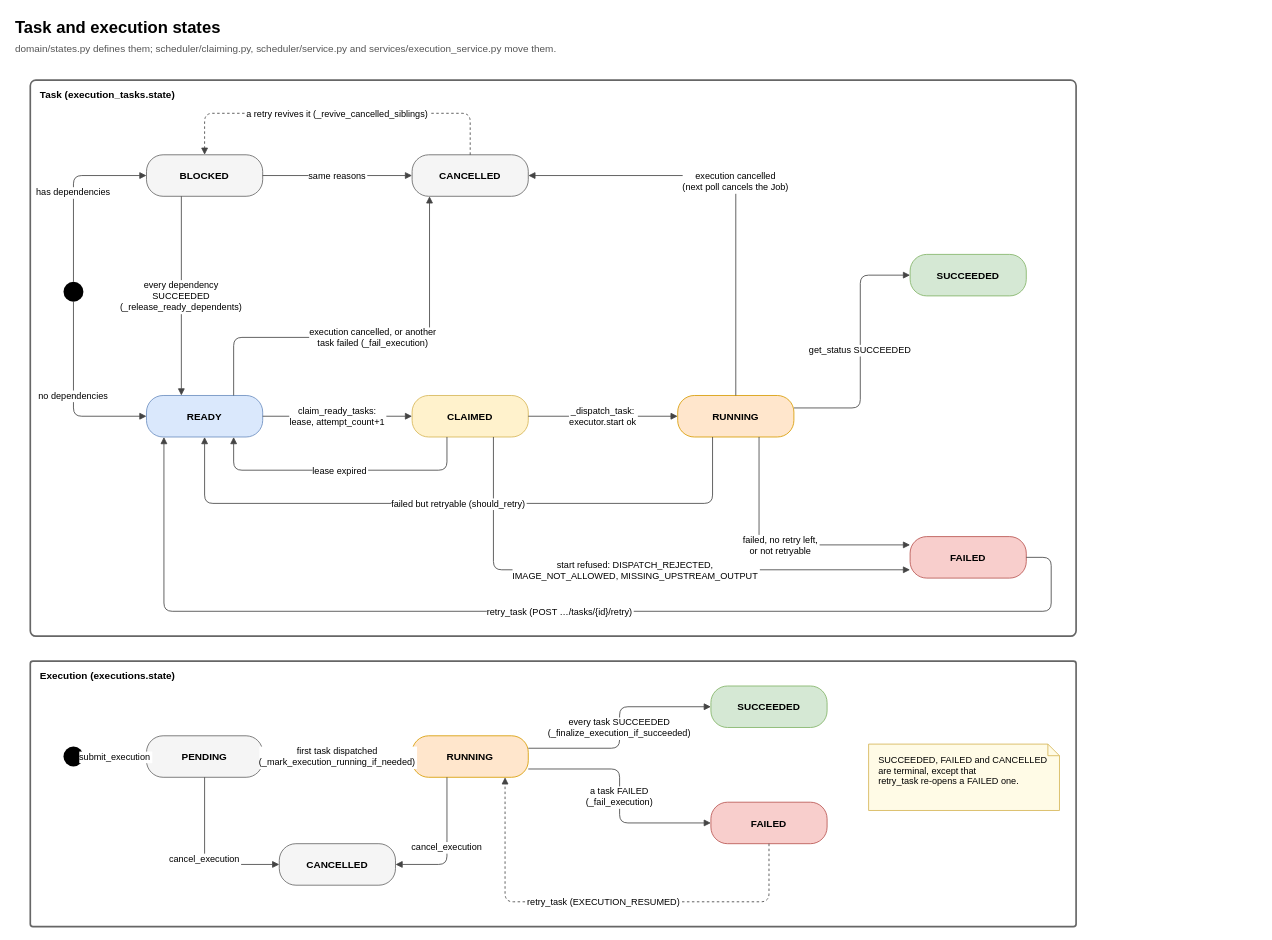
Earlier version of the draw.io diagram page "5 · States" (5 of 5) of docs/architecture/acyclix.drawio (rburns629/vertra). Source tidied: cells renumbered, new cells numbered last; positions are measured from the earlier drawing's top-left corner, leaving out a move shared by most shapes. Both pictures are drawn from the tidied source at 83%, with x=0, y=0 at pixel (13, 13).
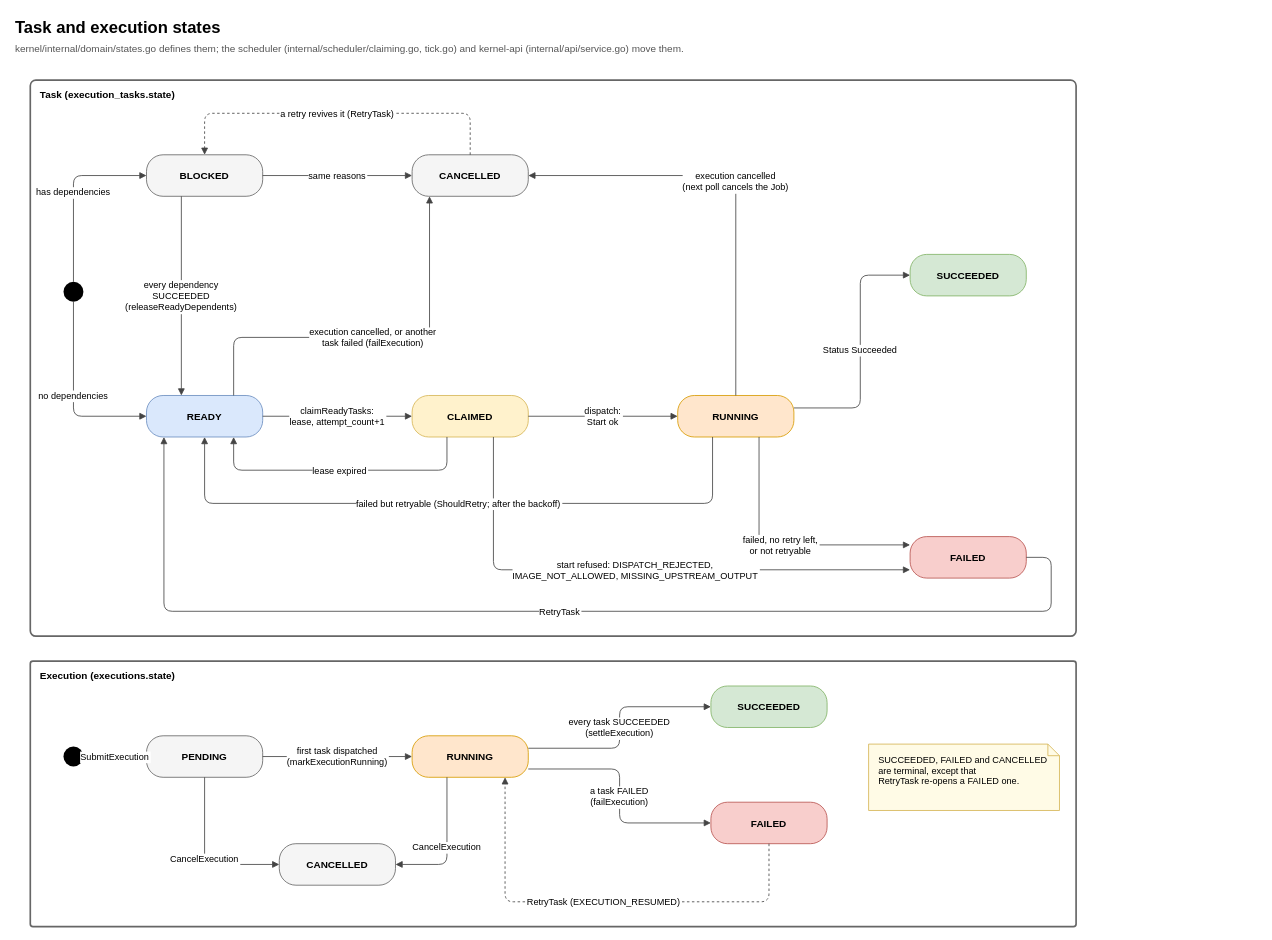
The same diagram, later.

The change refers to these unchanged cells:
```xml
<mxCell id="6" value="BLOCKED" style="rounded=1;arcSize=40;fontStyle=1;html=0;fontFamily=Helvetica;fontSize=12;fillColor=#f5f5f5;strokeColor=#666666;" parent="1" vertex="1">
  <mxGeometry x="160" y="170" width="140" height="50" as="geometry" />
</mxCell>
<mxCell id="7" value="READY" style="rounded=1;arcSize=40;fontStyle=1;html=0;fontFamily=Helvetica;fontSize=12;fillColor=#dae8fc;strokeColor=#6c8ebf;" parent="1" vertex="1">
  <mxGeometry x="160" y="460" width="140" height="50" as="geometry" />
</mxCell>
<mxCell id="8" value="CLAIMED" style="rounded=1;arcSize=40;fontStyle=1;html=0;fontFamily=Helvetica;fontSize=12;fillColor=#fff2cc;strokeColor=#d6b656;" parent="1" vertex="1">
  <mxGeometry x="480" y="460" width="140" height="50" as="geometry" />
</mxCell>
<mxCell id="9" value="RUNNING" style="rounded=1;arcSize=40;fontStyle=1;html=0;fontFamily=Helvetica;fontSize=12;fillColor=#ffe6cc;strokeColor=#d79b00;" parent="1" vertex="1">
  <mxGeometry x="800" y="460" width="140" height="50" as="geometry" />
</mxCell>
<mxCell id="10" value="SUCCEEDED" style="rounded=1;arcSize=40;fontStyle=1;html=0;fontFamily=Helvetica;fontSize=12;fillColor=#d5e8d4;strokeColor=#82b366;" parent="1" vertex="1">
  <mxGeometry x="1080" y="290" width="140" height="50" as="geometry" />
</mxCell>
<mxCell id="11" value="FAILED" style="rounded=1;arcSize=40;fontStyle=1;html=0;fontFamily=Helvetica;fontSize=12;fillColor=#f8cecc;strokeColor=#b85450;" parent="1" vertex="1">
  <mxGeometry x="1080" y="630" width="140" height="50" as="geometry" />
</mxCell>
<mxCell id="12" value="CANCELLED" style="rounded=1;arcSize=40;fontStyle=1;html=0;fontFamily=Helvetica;fontSize=12;fillColor=#f5f5f5;strokeColor=#666666;" parent="1" vertex="1">
  <mxGeometry x="480" y="170" width="140" height="50" as="geometry" />
</mxCell>
<mxCell id="29" style="ellipse;fillColor=#000000;strokeColor=none;" parent="1" vertex="1">
  <mxGeometry x="60" y="883" width="24" height="24" as="geometry" />
</mxCell>
<mxCell id="30" value="PENDING" style="rounded=1;arcSize=40;fontStyle=1;html=0;fontFamily=Helvetica;fontSize=12;fillColor=#f5f5f5;strokeColor=#666666;" parent="1" vertex="1">
  <mxGeometry x="160" y="870" width="140" height="50" as="geometry" />
</mxCell>
<mxCell id="31" value="RUNNING" style="rounded=1;arcSize=40;fontStyle=1;html=0;fontFamily=Helvetica;fontSize=12;fillColor=#ffe6cc;strokeColor=#d79b00;" parent="1" vertex="1">
  <mxGeometry x="480" y="870" width="140" height="50" as="geometry" />
</mxCell>
<mxCell id="32" value="SUCCEEDED" style="rounded=1;arcSize=40;fontStyle=1;html=0;fontFamily=Helvetica;fontSize=12;fillColor=#d5e8d4;strokeColor=#82b366;" parent="1" vertex="1">
  <mxGeometry x="840" y="810" width="140" height="50" as="geometry" />
</mxCell>
<mxCell id="33" value="FAILED" style="rounded=1;arcSize=40;fontStyle=1;html=0;fontFamily=Helvetica;fontSize=12;fillColor=#f8cecc;strokeColor=#b85450;" parent="1" vertex="1">
  <mxGeometry x="840" y="950" width="140" height="50" as="geometry" />
</mxCell>
<mxCell id="34" value="CANCELLED" style="rounded=1;arcSize=40;fontStyle=1;html=0;fontFamily=Helvetica;fontSize=12;fillColor=#f5f5f5;strokeColor=#666666;" parent="1" vertex="1">
  <mxGeometry x="320" y="1000" width="140" height="50" as="geometry" />
</mxCell>
```

Diff of the diagram source:
```diff
@@
-    <mxCell id="3" value="domain/states.py defines them; scheduler/claiming.py, scheduler/service.py and services/execution_service.py move them." style="text;align=left;verticalAlign=middle;html=0;fontFamily=Helvetica;fontSize=12;fontColor=#555555;" parent="1" vertex="1">
+    <mxCell id="3" value="kernel/internal/domain/states.go defines them; the scheduler (internal/scheduler/claiming.go, tick.go) and kernel-api (internal/api/service.go) move them." style="text;align=left;verticalAlign=middle;html=0;fontFamily=Helvetica;fontSize=12;fontColor=#555555;" parent="1" vertex="1">
       <mxGeometry y="30" width="1500" height="24" as="geometry" />
     </mxCell>
@@
-    <mxCell id="15" value="every dependency&#10;SUCCEEDED&#10;(_release_ready_dependents)" style="edgeStyle=orthogonalEdgeStyle;rounded=1;jettySize=auto;html=0;endArrow=block;endFill=1;fontSize=11;labelBackgroundColor=#ffffff;strokeColor=#444444;exitX=0.300;exitY=1.000;entryX=0.300;entryY=0.000;" parent="1" edge="1" source="6" target="7">
+    <mxCell id="15" value="every dependency&#10;SUCCEEDED&#10;(releaseReadyDependents)" style="edgeStyle=orthogonalEdgeStyle;rounded=1;jettySize=auto;html=0;endArrow=block;endFill=1;fontSize=11;labelBackgroundColor=#ffffff;strokeColor=#444444;exitX=0.300;exitY=1.000;entryX=0.300;entryY=0.000;" parent="1" edge="1" source="6" target="7">
       <mxGeometry relative="1" as="geometry" />
     </mxCell>
-    <mxCell id="16" value="claim_ready_tasks:&#10;lease, attempt_count+1" style="edgeStyle=orthogonalEdgeStyle;rounded=1;jettySize=auto;html=0;endArrow=block;endFill=1;fontSize=11;labelBackgroundColor=#ffffff;strokeColor=#444444;exitX=1.000;exitY=0.500;entryX=0.000;entryY=0.500;" parent="1" edge="1" source="7" target="8">
+    <mxCell id="16" value="claimReadyTasks:&#10;lease, attempt_count+1" style="edgeStyle=orthogonalEdgeStyle;rounded=1;jettySize=auto;html=0;endArrow=block;endFill=1;fontSize=11;labelBackgroundColor=#ffffff;strokeColor=#444444;exitX=1.000;exitY=0.500;entryX=0.000;entryY=0.500;" parent="1" edge="1" source="7" target="8">
       <mxGeometry relative="1" as="geometry" />
     </mxCell>
-    <mxCell id="17" value="_dispatch_task:&#10;executor.start ok" style="edgeStyle=orthogonalEdgeStyle;rounded=1;jettySize=auto;html=0;endArrow=block;endFill=1;fontSize=11;labelBackgroundColor=#ffffff;strokeColor=#444444;exitX=1.000;exitY=0.500;entryX=0.000;entryY=0.500;" parent="1" edge="1" source="8" target="9">
+    <mxCell id="17" value="dispatch:&#10;Start ok" style="edgeStyle=orthogonalEdgeStyle;rounded=1;jettySize=auto;html=0;endArrow=block;endFill=1;fontSize=11;labelBackgroundColor=#ffffff;strokeColor=#444444;exitX=1.000;exitY=0.500;entryX=0.000;entryY=0.500;" parent="1" edge="1" source="8" target="9">
       <mxGeometry relative="1" as="geometry" />
     </mxCell>
-    <mxCell id="18" value="get_status SUCCEEDED" style="edgeStyle=orthogonalEdgeStyle;rounded=1;jettySize=auto;html=0;endArrow=block;endFill=1;fontSize=11;labelBackgroundColor=#ffffff;strokeColor=#444444;exitX=1.000;exitY=0.300;entryX=0.000;entryY=0.500;" parent="1" edge="1" source="9" target="10">
+    <mxCell id="18" value="Status Succeeded" style="edgeStyle=orthogonalEdgeStyle;rounded=1;jettySize=auto;html=0;endArrow=block;endFill=1;fontSize=11;labelBackgroundColor=#ffffff;strokeColor=#444444;exitX=1.000;exitY=0.300;entryX=0.000;entryY=0.500;" parent="1" edge="1" source="9" target="10">
       <mxGeometry relative="1" as="geometry">
         <Array as="points">
           <mxPoint x="1020" y="475" />
           <mxPoint x="1020" y="315" />
         </Array>
       </mxGeometry>
     </mxCell>
@@
-    <mxCell id="21" value="failed but retryable (should_retry)" style="edgeStyle=orthogonalEdgeStyle;rounded=1;jettySize=auto;html=0;endArrow=block;endFill=1;fontSize=11;labelBackgroundColor=#ffffff;strokeColor=#444444;exitX=0.300;exitY=1.000;entryX=0.500;entryY=1.000;" parent="1" edge="1" source="9" target="7">
+    <mxCell id="21" value="failed but retryable (ShouldRetry; after the backoff)" style="edgeStyle=orthogonalEdgeStyle;rounded=1;jettySize=auto;html=0;endArrow=block;endFill=1;fontSize=11;labelBackgroundColor=#ffffff;strokeColor=#444444;exitX=0.300;exitY=1.000;entryX=0.500;entryY=1.000;" parent="1" edge="1" source="9" target="7">
       <mxGeometry relative="1" as="geometry">
         <Array as="points">
           <mxPoint x="842" y="590" />
           <mxPoint x="230" y="590" />
         </Array>
       </mxGeometry>
     </mxCell>
@@
-    <mxCell id="23" value="retry_task (POST …/tasks/{id}/retry)" style="edgeStyle=orthogonalEdgeStyle;rounded=1;jettySize=auto;html=0;endArrow=block;endFill=1;fontSize=11;labelBackgroundColor=#ffffff;strokeColor=#444444;exitX=1.000;exitY=0.500;entryX=0.150;entryY=1.000;" parent="1" edge="1" source="11" target="7">
+    <mxCell id="23" value="RetryTask" style="edgeStyle=orthogonalEdgeStyle;rounded=1;jettySize=auto;html=0;endArrow=block;endFill=1;fontSize=11;labelBackgroundColor=#ffffff;strokeColor=#444444;exitX=1.000;exitY=0.500;entryX=0.150;entryY=1.000;" parent="1" edge="1" source="11" target="7">
       <mxGeometry relative="1" as="geometry">
         <Array as="points">
           <mxPoint x="1250" y="655" />
           <mxPoint x="1250" y="720" />
           <mxPoint x="181" y="720" />
         </Array>
       </mxGeometry>
     </mxCell>
-    <mxCell id="24" value="execution cancelled, or another&#10;task failed (_fail_execution)" style="edgeStyle=orthogonalEdgeStyle;rounded=1;jettySize=auto;html=0;endArrow=block;endFill=1;fontSize=11;labelBackgroundColor=#ffffff;strokeColor=#444444;exitX=0.750;exitY=0.000;entryX=0.150;entryY=1.000;" parent="1" edge="1" source="7" target="12">
+    <mxCell id="24" value="execution cancelled, or another&#10;task failed (failExecution)" style="edgeStyle=orthogonalEdgeStyle;rounded=1;jettySize=auto;html=0;endArrow=block;endFill=1;fontSize=11;labelBackgroundColor=#ffffff;strokeColor=#444444;exitX=0.750;exitY=0.000;entryX=0.150;entryY=1.000;" parent="1" edge="1" source="7" target="12">
       <mxGeometry relative="1" as="geometry">
         <Array as="points">
           <mxPoint x="265" y="390" />
           <mxPoint x="501" y="390" />
         </Array>
       </mxGeometry>
     </mxCell>
@@
-    <mxCell id="27" value="a retry revives it (_revive_cancelled_siblings)" style="edgeStyle=orthogonalEdgeStyle;rounded=1;jettySize=auto;html=0;endArrow=block;endFill=1;fontSize=11;labelBackgroundColor=#ffffff;strokeColor=#444444;exitX=0.500;exitY=0.000;entryX=0.500;entryY=0.000;dashed=1;" parent="1" edge="1" source="12" target="6">
+    <mxCell id="27" value="a retry revives it (RetryTask)" style="edgeStyle=orthogonalEdgeStyle;rounded=1;jettySize=auto;html=0;endArrow=block;endFill=1;fontSize=11;labelBackgroundColor=#ffffff;strokeColor=#444444;exitX=0.500;exitY=0.000;entryX=0.500;entryY=0.000;dashed=1;" parent="1" edge="1" source="12" target="6">
       <mxGeometry relative="1" as="geometry">
         <Array as="points">
           <mxPoint x="550" y="120" />
           <mxPoint x="230" y="120" />
         </Array>
       </mxGeometry>
     </mxCell>
@@
-    <mxCell id="35" value="submit_execution" style="edgeStyle=orthogonalEdgeStyle;rounded=1;jettySize=auto;html=0;endArrow=block;endFill=1;fontSize=11;labelBackgroundColor=#ffffff;strokeColor=#444444;" parent="1" edge="1" source="29" target="30">
+    <mxCell id="35" value="SubmitExecution" style="edgeStyle=orthogonalEdgeStyle;rounded=1;jettySize=auto;html=0;endArrow=block;endFill=1;fontSize=11;labelBackgroundColor=#ffffff;strokeColor=#444444;" parent="1" edge="1" source="29" target="30">
       <mxGeometry relative="1" as="geometry" />
     </mxCell>
-    <mxCell id="36" value="first task dispatched&#10;(_mark_execution_running_if_needed)" style="edgeStyle=orthogonalEdgeStyle;rounded=1;jettySize=auto;html=0;endArrow=block;endFill=1;fontSize=11;labelBackgroundColor=#ffffff;strokeColor=#444444;" parent="1" edge="1" source="30" target="31">
+    <mxCell id="36" value="first task dispatched&#10;(markExecutionRunning)" style="edgeStyle=orthogonalEdgeStyle;rounded=1;jettySize=auto;html=0;endArrow=block;endFill=1;fontSize=11;labelBackgroundColor=#ffffff;strokeColor=#444444;" parent="1" edge="1" source="30" target="31">
       <mxGeometry relative="1" as="geometry" />
     </mxCell>
-    <mxCell id="37" value="every task SUCCEEDED&#10;(_finalize_execution_if_succeeded)" style="edgeStyle=orthogonalEdgeStyle;rounded=1;jettySize=auto;html=0;endArrow=block;endFill=1;fontSize=11;labelBackgroundColor=#ffffff;strokeColor=#444444;exitX=1.000;exitY=0.300;entryX=0.000;entryY=0.500;" parent="1" edge="1" source="31" target="32">
+    <mxCell id="37" value="every task SUCCEEDED&#10;(settleExecution)" style="edgeStyle=orthogonalEdgeStyle;rounded=1;jettySize=auto;html=0;endArrow=block;endFill=1;fontSize=11;labelBackgroundColor=#ffffff;strokeColor=#444444;exitX=1.000;exitY=0.300;entryX=0.000;entryY=0.500;" parent="1" edge="1" source="31" target="32">
       <mxGeometry relative="1" as="geometry" />
     </mxCell>
-    <mxCell id="38" value="a task FAILED&#10;(_fail_execution)" style="edgeStyle=orthogonalEdgeStyle;rounded=1;jettySize=auto;html=0;endArrow=block;endFill=1;fontSize=11;labelBackgroundColor=#ffffff;strokeColor=#444444;exitX=1.000;exitY=0.800;entryX=0.000;entryY=0.500;" parent="1" edge="1" source="31" target="33">
+    <mxCell id="38" value="a task FAILED&#10;(failExecution)" style="edgeStyle=orthogonalEdgeStyle;rounded=1;jettySize=auto;html=0;endArrow=block;endFill=1;fontSize=11;labelBackgroundColor=#ffffff;strokeColor=#444444;exitX=1.000;exitY=0.800;entryX=0.000;entryY=0.500;" parent="1" edge="1" source="31" target="33">
       <mxGeometry relative="1" as="geometry" />
     </mxCell>
-    <mxCell id="39" value="retry_task (EXECUTION_RESUMED)" style="edgeStyle=orthogonalEdgeStyle;rounded=1;jettySize=auto;html=0;endArrow=block;endFill=1;fontSize=11;labelBackgroundColor=#ffffff;strokeColor=#444444;exitX=0.500;exitY=1.000;entryX=0.800;entryY=1.000;dashed=1;" parent="1" edge="1" source="33" target="31">
+    <mxCell id="39" value="RetryTask (EXECUTION_RESUMED)" style="edgeStyle=orthogonalEdgeStyle;rounded=1;jettySize=auto;html=0;endArrow=block;endFill=1;fontSize=11;labelBackgroundColor=#ffffff;strokeColor=#444444;exitX=0.500;exitY=1.000;entryX=0.800;entryY=1.000;dashed=1;" parent="1" edge="1" source="33" target="31">
       <mxGeometry relative="1" as="geometry">
         <Array as="points">
           <mxPoint x="910" y="1070" />
           <mxPoint x="592" y="1070" />
         </Array>
       </mxGeometry>
     </mxCell>
-    <mxCell id="40" value="cancel_execution" style="edgeStyle=orthogonalEdgeStyle;rounded=1;jettySize=auto;html=0;endArrow=block;endFill=1;fontSize=11;labelBackgroundColor=#ffffff;strokeColor=#444444;exitX=0.500;exitY=1.000;entryX=0.000;entryY=0.500;" parent="1" edge="1" source="30" target="34">
+    <mxCell id="40" value="CancelExecution" style="edgeStyle=orthogonalEdgeStyle;rounded=1;jettySize=auto;html=0;endArrow=block;endFill=1;fontSize=11;labelBackgroundColor=#ffffff;strokeColor=#444444;exitX=0.500;exitY=1.000;entryX=0.000;entryY=0.500;" parent="1" edge="1" source="30" target="34">
       <mxGeometry relative="1" as="geometry" />
     </mxCell>
-    <mxCell id="41" value="cancel_execution" style="edgeStyle=orthogonalEdgeStyle;rounded=1;jettySize=auto;html=0;endArrow=block;endFill=1;fontSize=11;labelBackgroundColor=#ffffff;strokeColor=#444444;exitX=0.300;exitY=1.000;entryX=1.000;entryY=0.500;" parent="1" edge="1" source="31" target="34">
+    <mxCell id="41" value="CancelExecution" style="edgeStyle=orthogonalEdgeStyle;rounded=1;jettySize=auto;html=0;endArrow=block;endFill=1;fontSize=11;labelBackgroundColor=#ffffff;strokeColor=#444444;exitX=0.300;exitY=1.000;entryX=1.000;entryY=0.500;" parent="1" edge="1" source="31" target="34">
       <mxGeometry relative="1" as="geometry" />
     </mxCell>
-    <mxCell id="42" value="SUCCEEDED, FAILED and CANCELLED&#10;are terminal, except that&#10;retry_task re-opens a FAILED one." style="shape=note;size=14;align=left;verticalAlign=top;spacingLeft=10;spacingTop=6;fillColor=#fffbe6;strokeColor=#d6b656;html=0;fontFamily=Helvetica;fontSize=12;fontSize=11;" parent="1" vertex="1">
+    <mxCell id="42" value="SUCCEEDED, FAILED and CANCELLED&#10;are terminal, except that&#10;RetryTask re-opens a FAILED one." style="shape=note;size=14;align=left;verticalAlign=top;spacingLeft=10;spacingTop=6;fillColor=#fffbe6;strokeColor=#d6b656;html=0;fontFamily=Helvetica;fontSize=12;fontSize=11;" parent="1" vertex="1">
       <mxGeometry x="1030" y="880" width="230" height="80" as="geometry" />
     </mxCell>
```
